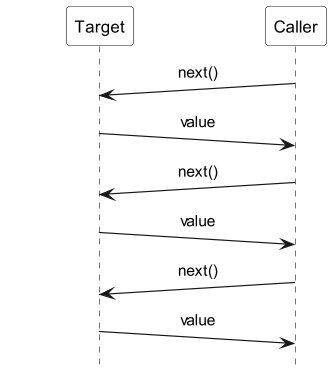
ti-cortex-m4/demo-java-reactive-streams-old keeps this PlantUML diagram as images/Iterator.png. Above is the earlier version. Source of this version:
```plantuml
@startuml
!include sequence_header.iuml

skinparam participantPadding 50

participant Target
participant Caller

Caller ->(10) Target : next()
Target ->(10) Caller : value

Caller ->(10) Target : next()
Target ->(10) Caller : value

Caller ->(10) Target : next()
Target ->(10) Caller : value

@enduml
```
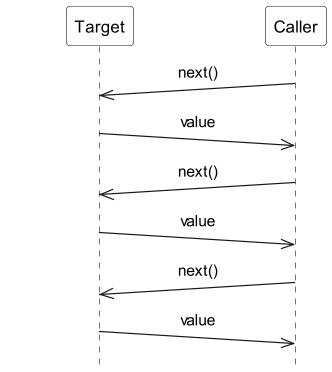
The same diagram one commit later.

What changed in the source:
```diff
@@ -1,18 +1,18 @@
 @startuml
-!include sequence_header.iuml
+!include sequence_diagram_header.iuml
 
 skinparam participantPadding 50
 
 participant Target
 participant Caller
 
-Caller ->(10) Target : next()
-Target ->(10) Caller : value
+Caller ->>(10) Target : next()
+Target ->>(10) Caller : value
 
-Caller ->(10) Target : next()
-Target ->(10) Caller : value
+Caller ->>(10) Target : next()
+Target ->>(10) Caller : value
 
-Caller ->(10) Target : next()
-Target ->(10) Caller : value
+Caller ->>(10) Target : next()
+Target ->>(10) Caller : value
 
 @enduml
```
